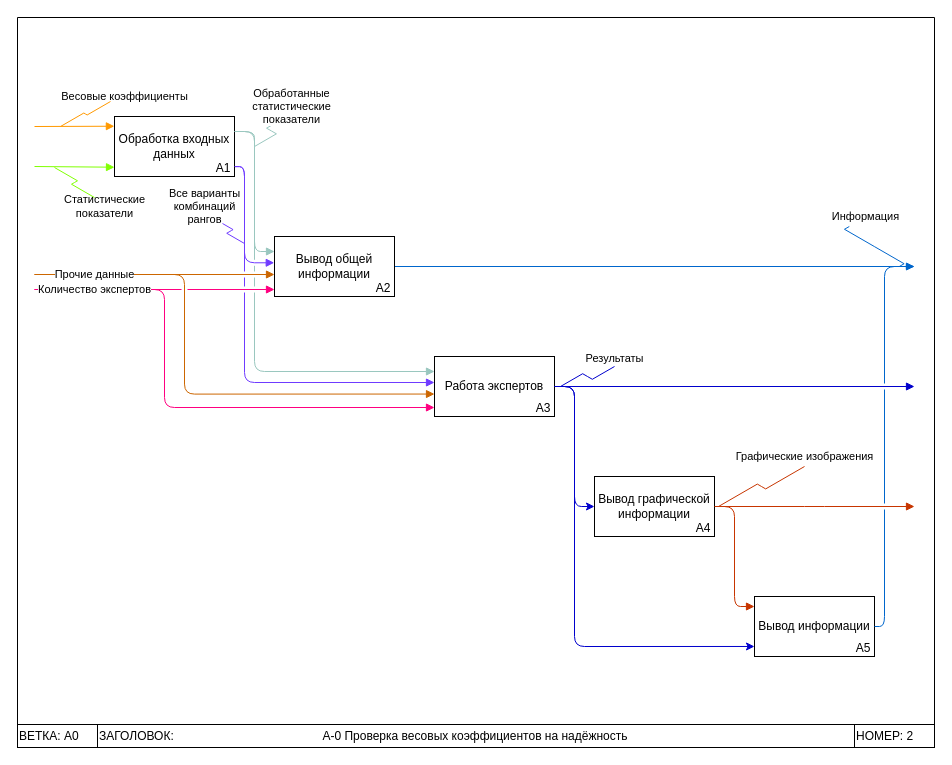
This is page "А0" (2 of 4) of draw_io/idef0 prog.drawio from Dimj1k/Works, a draw.io file, before an edit. Source tidied: cells renumbered, new cells numbered last; positions are measured from the earlier drawing's top-left corner, leaving out a move shared by most shapes. Both pictures are drawn from the tidied source at 100%, with x=0, y=0 at pixel (17, 17).
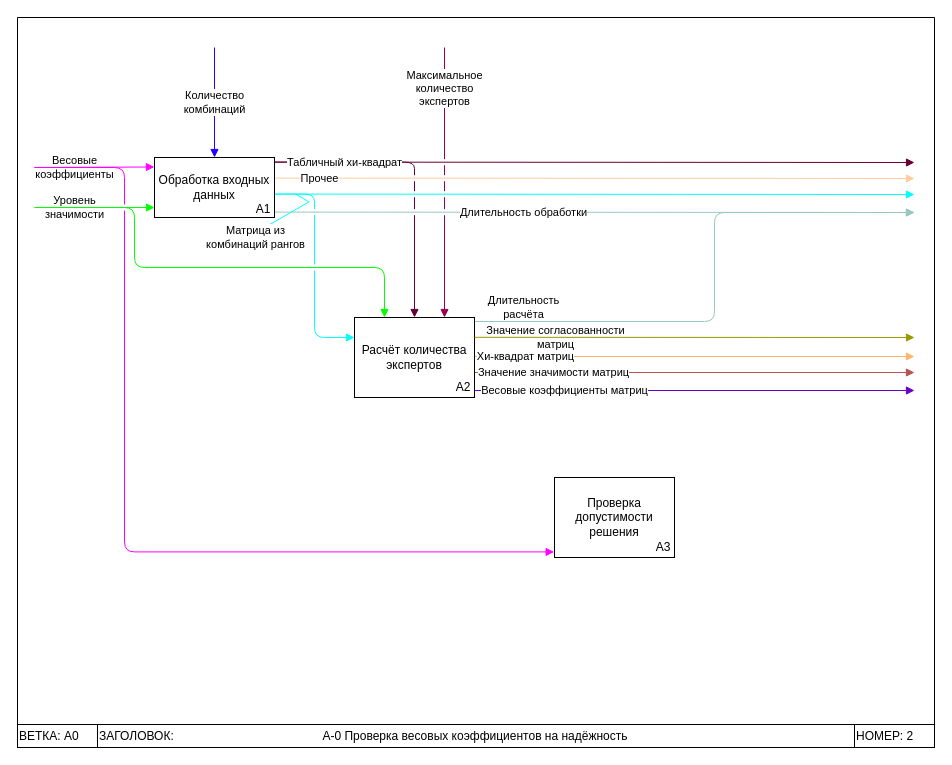
After the change.

The change refers to these unchanged cells:
```xml
<mxCell id="6" style="swimlane;direction=west;fillColor=none;swimlaneFillColor=none;shadow=0;swimlaneLine=1;" parent="1" vertex="1">
  <mxGeometry width="917" height="730" as="geometry" />
</mxCell>
```

Diff of the diagram source:
```diff
@@
-    <mxCell id="2" value="Обработанные&lt;br&gt;статистические &lt;br&gt;показатели" style="edgeStyle=isometricEdgeStyle;endArrow=none;html=1;rounded=0;strokeColor=#9ac7bf;" parent="1" edge="1">
-      <mxGeometry x="1" y="9" relative="1" as="geometry">
-        <mxPoint x="237" y="129" as="sourcePoint" />
-        <mxPoint x="271" y="98" as="targetPoint" />
-        <mxPoint x="7" y="-1" as="offset" />
-      </mxGeometry>
-    </mxCell>
-    <mxCell id="3" style="endArrow=block;html=1;rounded=0;endFill=1;strokeColor=#0000cc;" parent="1" edge="1">
-      <mxGeometry relative="1" as="geometry">
-        <mxPoint x="537" y="369" as="sourcePoint" />
-        <mxPoint x="897" y="369" as="targetPoint" />
-      </mxGeometry>
-    </mxCell>
-    <mxCell id="4" style="endArrow=block;html=1;rounded=1;endFill=1;entryX=0;entryY=0.626;entryDx=0;entryDy=0;edgeStyle=orthogonalEdgeStyle;strokeColor=#cc6600;entryPerimeter=0;" parent="1" edge="1" target="24">
-      <mxGeometry relative="1" as="geometry">
-        <mxPoint x="17" y="257" as="sourcePoint" />
-        <Array as="points">
-          <mxPoint x="167" y="257" />
-          <mxPoint x="167" y="376" />
-          <mxPoint x="417" y="376" />
-        </Array>
-      </mxGeometry>
-    </mxCell>
-    <mxCell id="5" value="Прочие данные" style="endArrow=block;html=1;rounded=0;labelBackgroundColor=default;strokeColor=#CC6600;fontFamily=Helvetica;fontSize=11;fontColor=default;shape=connector;endFill=1;entryX=0;entryY=0.5;entryDx=0;entryDy=0;" parent="1" edge="1">
-      <mxGeometry x="-0.5" relative="1" as="geometry">
-        <mxPoint x="17" y="257" as="sourcePoint" />
-        <mxPoint x="257" y="257" as="targetPoint" />
-      </mxGeometry>
-    </mxCell>
+    <mxCell id="46" style="endArrow=block;html=1;rounded=1;entryX=0.25;entryY=0;entryDx=0;entryDy=0;edgeStyle=orthogonalEdgeStyle;strokeColor=#00FF00;jumpStyle=gap;endFill=1;" parent="1" edge="1" target="63">
+      <mxGeometry relative="1" as="geometry">
+        <mxPoint x="17" y="190" as="sourcePoint" />
+        <Array as="points">
+          <mxPoint x="117" y="190" />
+          <mxPoint x="117" y="250" />
+          <mxPoint x="367" y="250" />
+        </Array>
+      </mxGeometry>
+    </mxCell>
+    <mxCell id="47" value="Весовые коэффициенты матриц" style="endArrow=block;html=1;rounded=0;endFill=1;exitX=1;exitY=0.08;exitDx=0;exitDy=0;exitPerimeter=0;strokeColor=#6600CC;labelBackgroundColor=default;fillColor=#f8cecc;" parent="1" edge="1">
+      <mxGeometry x="-0.59" relative="1" as="geometry">
+        <mxPoint x="457" y="373" as="sourcePoint" />
+        <mxPoint x="897" y="373" as="targetPoint" />
+      </mxGeometry>
+    </mxCell>
+    <mxCell id="48" value="Значение значимости матриц" style="endArrow=block;html=1;rounded=0;endFill=1;exitX=1;exitY=0.08;exitDx=0;exitDy=0;exitPerimeter=0;strokeColor=#b85450;labelBackgroundColor=default;fillColor=#f8cecc;" parent="1" edge="1">
+      <mxGeometry x="-0.64" relative="1" as="geometry">
+        <mxPoint x="457" y="355" as="sourcePoint" />
+        <mxPoint x="897" y="355" as="targetPoint" />
+      </mxGeometry>
+    </mxCell>
+    <mxCell id="49" style="endArrow=block;html=1;rounded=0;exitX=1.004;exitY=0.16;exitDx=0;exitDy=0;exitPerimeter=0;endFill=1;strokeColor=#00FFFF;" parent="1" edge="1">
+      <mxGeometry x="-1" y="-43" relative="1" as="geometry">
+        <mxPoint x="257.5" y="176.6" as="sourcePoint" />
+        <mxPoint x="897" y="177" as="targetPoint" />
+      </mxGeometry>
+    </mxCell>
+    <mxCell id="50" value="Длительность обработки" style="endArrow=block;html=1;rounded=0;exitX=1.004;exitY=0.16;exitDx=0;exitDy=0;exitPerimeter=0;endFill=1;strokeColor=#9AC7BF;jumpStyle=gap;" parent="1" edge="1">
+      <mxGeometry x="-0.22" relative="1" as="geometry">
+        <mxPoint x="257.5" y="194.6" as="sourcePoint" />
+        <mxPoint x="897" y="195" as="targetPoint" />
+      </mxGeometry>
+    </mxCell>
+    <mxCell id="51" value="Прочее" style="endArrow=block;html=1;rounded=0;exitX=1.004;exitY=0.16;exitDx=0;exitDy=0;exitPerimeter=0;endFill=1;strokeColor=#FFCE9F;" parent="1" edge="1">
+      <mxGeometry x="-0.86" relative="1" as="geometry">
+        <mxPoint x="257.5" y="160.6" as="sourcePoint" />
+        <mxPoint x="897" y="161" as="targetPoint" />
+      </mxGeometry>
+    </mxCell>
+    <mxCell id="21" value="Весовые&lt;br&gt;коэффициенты" style="endArrow=block;html=1;rounded=0;entryX=-0.001;entryY=0.158;entryDx=0;entryDy=0;entryPerimeter=0;endFill=1;labelBackgroundColor=none;strokeColor=#FF00FF;" parent="1" edge="1" target="14">
+      <mxGeometry x="-0.33" relative="1" as="geometry">
+        <mxPoint x="17" y="150" as="sourcePoint" />
+      </mxGeometry>
+    </mxCell>
@@
-    <mxCell id="7" style="endArrow=block;html=1;rounded=0;labelBackgroundColor=default;strokeColor=#FF0080;fontFamily=Helvetica;fontSize=11;fontColor=default;shape=connector;endFill=1;entryX=0;entryY=0.5;entryDx=0;entryDy=0;jumpStyle=gap;" parent="6" edge="1">
-      <mxGeometry x="-0.5" relative="1" as="geometry">
-        <mxPoint x="17" y="272" as="sourcePoint" />
-        <mxPoint x="257" y="272" as="targetPoint" />
-      </mxGeometry>
-    </mxCell>
-    <mxCell id="8" value="Все варианты&lt;br&gt;комбинаций&lt;br&gt;рангов" style="edgeStyle=orthogonalEdgeStyle;shape=connector;rounded=1;jettySize=auto;html=1;labelBackgroundColor=default;strokeColor=#6F3BFF;fontFamily=Helvetica;fontSize=11;fontColor=default;endArrow=block;endFill=1;exitX=0.997;exitY=0.389;exitDx=0;exitDy=0;jumpStyle=gap;exitPerimeter=0;" parent="6" edge="1" source="15">
-      <mxGeometry x="-0.76" y="-40" relative="1" as="geometry">
-        <mxPoint x="417" y="365" as="targetPoint" />
-        <Array as="points">
-          <mxPoint x="227" y="149" />
-          <mxPoint x="227" y="365" />
-        </Array>
-      </mxGeometry>
-    </mxCell>
+    <mxCell id="52" style="endArrow=block;html=1;rounded=1;entryX=-0.003;entryY=0.93;entryDx=0;entryDy=0;endFill=1;labelBackgroundColor=none;strokeColor=#FF00FF;edgeStyle=elbowEdgeStyle;jumpStyle=gap;entryPerimeter=0;" parent="6" edge="1" target="54">
+      <mxGeometry relative="1" as="geometry">
+        <mxPoint x="17" y="150" as="sourcePoint" />
+        <Array as="points">
+          <mxPoint x="107" y="330" />
+        </Array>
+      </mxGeometry>
+    </mxCell>
+    <mxCell id="53" style="group;" parent="6" vertex="1">
+      <mxGeometry x="537" y="460" width="120" height="80" as="geometry" />
+    </mxCell>
+    <mxCell id="54" value="Проверка допустимости решения" style="rounded=0;whiteSpace=wrap;html=1;" parent="53" vertex="1">
+      <mxGeometry width="120" height="80" as="geometry" />
+    </mxCell>
+    <mxCell id="25" value="А3" style="text;html=1;strokeColor=none;fillColor=none;align=center;verticalAlign=middle;whiteSpace=wrap;rounded=0;" parent="53" vertex="1">
+      <mxGeometry x="98" y="60" width="22" height="20" as="geometry" />
+    </mxCell>
+    <mxCell id="55" value="Уровень&lt;br&gt;значимости" style="endArrow=block;html=1;rounded=0;entryX=-0.001;entryY=0.158;entryDx=0;entryDy=0;entryPerimeter=0;endFill=1;labelBackgroundColor=none;strokeColor=#00FF00;" parent="6" edge="1">
+      <mxGeometry x="-0.33" relative="1" as="geometry">
+        <mxPoint x="17" y="190" as="sourcePoint" />
+        <mxPoint x="137" y="190" as="targetPoint" />
+      </mxGeometry>
+    </mxCell>
+    <mxCell id="56" style="group;" parent="6" vertex="1">
+      <mxGeometry x="137" y="140" width="120" height="60" as="geometry" />
+    </mxCell>
+    <mxCell id="14" value="Обработка входных данных" style="rounded=0;whiteSpace=wrap;html=1;" parent="56" vertex="1">
+      <mxGeometry width="120" height="60" as="geometry" />
+    </mxCell>
+    <mxCell id="15" value="А1" style="text;html=1;strokeColor=none;fillColor=none;align=center;verticalAlign=middle;whiteSpace=wrap;rounded=0;" parent="56" vertex="1">
+      <mxGeometry x="98" y="44" width="22" height="16" as="geometry" />
+    </mxCell>
@@
-    <mxCell id="13" style="group;" parent="6" vertex="1">
-      <mxGeometry x="97" y="99" width="120" height="60" as="geometry" />
-    </mxCell>
-    <mxCell id="14" value="Обработка входных данных" style="rounded=0;whiteSpace=wrap;html=1;" parent="13" vertex="1">
-      <mxGeometry width="120" height="60" as="geometry" />
-    </mxCell>
-    <mxCell id="15" value="А1" style="text;html=1;strokeColor=none;fillColor=none;align=center;verticalAlign=middle;whiteSpace=wrap;rounded=0;" parent="13" vertex="1">
-      <mxGeometry x="98" y="44" width="22" height="16" as="geometry" />
-    </mxCell>
-    <mxCell id="16" style="group;" parent="6" vertex="1">
-      <mxGeometry x="257" y="219" width="120" height="60" as="geometry" />
-    </mxCell>
-    <mxCell id="17" value="Информация" style="rounded=0;jettySize=auto;html=1;endArrow=block;endFill=1;strokeColor=#0066CC;exitX=1;exitY=0.5;exitDx=0;exitDy=0;" parent="16" edge="1" source="18">
-      <mxGeometry x="0.81" y="50" relative="1" as="geometry">
-        <mxPoint x="640" y="30" as="targetPoint" />
-      </mxGeometry>
-    </mxCell>
-    <mxCell id="18" value="Вывод общей информации" style="rounded=0;whiteSpace=wrap;html=1;" parent="16" vertex="1">
-      <mxGeometry width="120" height="60" as="geometry" />
-    </mxCell>
+    <mxCell id="57" value="Количество&lt;br&gt;комбинаций" style="endArrow=block;html=1;rounded=0;strokeColor=#2200FF;entryX=0.5;entryY=0;entryDx=0;entryDy=0;endFill=1;" parent="6" edge="1" target="14">
+      <mxGeometry relative="1" as="geometry">
+        <mxPoint x="197" y="30" as="sourcePoint" />
+      </mxGeometry>
+    </mxCell>
+    <mxCell id="58" style="endArrow=block;html=1;rounded=1;exitX=1.004;exitY=0.077;exitDx=0;exitDy=0;exitPerimeter=0;edgeStyle=orthogonalEdgeStyle;strokeColor=#660033;jumpStyle=gap;entryX=0.5;entryY=0;entryDx=0;entryDy=0;endFill=1;" parent="6" edge="1" source="14" target="63">
+      <mxGeometry relative="1" as="geometry">
+        <Array as="points">
+          <mxPoint x="397" y="145" />
+        </Array>
+      </mxGeometry>
+    </mxCell>
+    <mxCell id="59" style="endArrow=block;html=1;rounded=1;exitX=1.004;exitY=0.61;exitDx=0;exitDy=0;exitPerimeter=0;edgeStyle=orthogonalEdgeStyle;strokeColor=#00FFFF;entryX=0;entryY=0.25;entryDx=0;entryDy=0;endFill=1;jumpStyle=gap;" parent="6" edge="1" source="14" target="63">
+      <mxGeometry relative="1" as="geometry" />
+    </mxCell>
+    <mxCell id="60" value="Хи-квадрат матриц" style="endArrow=block;html=1;rounded=0;endFill=1;exitX=1;exitY=0.08;exitDx=0;exitDy=0;exitPerimeter=0;strokeColor=#FFB570;labelBackgroundColor=default;" parent="6" edge="1">
+      <mxGeometry x="-0.77" relative="1" as="geometry">
+        <mxPoint x="457" y="339" as="sourcePoint" />
+        <mxPoint x="897" y="339" as="targetPoint" />
+      </mxGeometry>
+    </mxCell>
+    <mxCell id="61" value="Длительность&lt;br&gt;расчёта" style="endArrow=block;html=1;rounded=1;endFill=1;exitX=1;exitY=0.08;exitDx=0;exitDy=0;exitPerimeter=0;strokeColor=#9ac7bf;labelBackgroundColor=none;edgeStyle=elbowEdgeStyle;" parent="6" edge="1">
+      <mxGeometry x="-0.82" y="14" relative="1" as="geometry">
+        <mxPoint x="457" y="304" as="sourcePoint" />
+        <mxPoint x="897" y="195" as="targetPoint" />
+        <Array as="points">
+          <mxPoint x="697" y="250" />
+        </Array>
+      </mxGeometry>
+    </mxCell>
+    <mxCell id="62" style="group;" parent="6" vertex="1">
+      <mxGeometry x="337" y="300" width="120" height="80" as="geometry" />
+    </mxCell>
+    <mxCell id="63" value="Расчёт количества экспертов" style="rounded=0;whiteSpace=wrap;html=1;" parent="62" vertex="1">
+      <mxGeometry width="120" height="80" as="geometry" />
+    </mxCell>
-    <mxCell id="19" value="А2" style="text;html=1;strokeColor=none;fillColor=none;align=center;verticalAlign=middle;whiteSpace=wrap;rounded=0;" parent="16" vertex="1">
-      <mxGeometry x="98" y="44" width="22" height="16" as="geometry" />
+    <mxCell id="19" value="А2" style="text;html=1;strokeColor=none;fillColor=none;align=center;verticalAlign=middle;whiteSpace=wrap;rounded=0;" parent="62" vertex="1">
+      <mxGeometry x="98" y="60" width="22" height="20" as="geometry" />
     </mxCell>
-    <mxCell id="20" value="Статистические&lt;br&gt;показатели" style="endArrow=block;html=1;rounded=0;entryX=0;entryY=0.25;entryDx=0;entryDy=0;endFill=1;verticalAlign=middle;align=center;horizontal=1;labelPosition=center;verticalLabelPosition=middle;strokeColor=#81FF03;" parent="6" edge="1">
-      <mxGeometry x="0.76" y="-39" relative="1" as="geometry">
-        <mxPoint x="17" y="149" as="sourcePoint" />
-        <mxPoint x="97" y="149.7" as="targetPoint" />
-      </mxGeometry>
-    </mxCell>
-    <mxCell id="21" value="Весовые коэффициенты" style="endArrow=block;html=1;rounded=0;entryX=-0.001;entryY=0.162;entryDx=0;entryDy=0;endFill=1;entryPerimeter=0;strokeColor=#FF9900;" parent="6" edge="1" target="14">
-      <mxGeometry x="1" y="31" relative="1" as="geometry">
-        <mxPoint x="17" y="109" as="sourcePoint" />
-        <mxPoint x="10" y="1" as="offset" />
-      </mxGeometry>
-    </mxCell>
-    <mxCell id="22" style="edgeStyle=isometricEdgeStyle;endArrow=none;html=1;rounded=0;labelBackgroundColor=default;strokeColor=#FF9900;fontFamily=Helvetica;fontSize=11;fontColor=default;shape=connector;" parent="6" edge="1">
-      <mxGeometry relative="1" as="geometry">
-        <mxPoint x="43" y="109" as="sourcePoint" />
-        <mxPoint x="93" y="84" as="targetPoint" />
-      </mxGeometry>
-    </mxCell>
-    <mxCell id="23" style="group;" parent="6" vertex="1">
-      <mxGeometry x="417" y="339" width="120" height="60" as="geometry" />
-    </mxCell>
-    <mxCell id="24" value="Работа экспертов" style="rounded=0;whiteSpace=wrap;html=1;" parent="23" vertex="1">
-      <mxGeometry width="120" height="60" as="geometry" />
-    </mxCell>
-    <mxCell id="25" value="А3" style="text;html=1;strokeColor=none;fillColor=none;align=center;verticalAlign=middle;whiteSpace=wrap;rounded=0;" parent="23" vertex="1">
-      <mxGeometry x="98" y="44" width="22" height="16" as="geometry" />
-    </mxCell>
-    <mxCell id="26" style="group;" parent="6" vertex="1">
-      <mxGeometry x="577" y="459" width="120" height="60" as="geometry" />
-    </mxCell>
-    <mxCell id="27" value="Графические изображения" style="edgeStyle=orthogonalEdgeStyle;rounded=1;jettySize=auto;html=1;endArrow=block;endFill=1;fillColor=#fa6800;strokeColor=#C73500;" parent="26" edge="1" source="28">
-      <mxGeometry x="-0.1" y="50" relative="1" as="geometry">
-        <mxPoint x="320" y="30" as="targetPoint" />
-      </mxGeometry>
-    </mxCell>
-    <mxCell id="28" value="Вывод графической&lt;br&gt;информации" style="rounded=0;whiteSpace=wrap;html=1;" parent="26" vertex="1">
-      <mxGeometry width="120" height="60" as="geometry" />
-    </mxCell>
-    <mxCell id="29" value="А4" style="text;html=1;strokeColor=none;fillColor=none;align=center;verticalAlign=middle;whiteSpace=wrap;rounded=0;" parent="26" vertex="1">
-      <mxGeometry x="98" y="44" width="22" height="16" as="geometry" />
-    </mxCell>
-    <mxCell id="30" value="Результаты" style="edgeStyle=orthogonalEdgeStyle;rounded=1;jettySize=auto;html=1;entryX=0;entryY=0.5;entryDx=0;entryDy=0;fillColor=#ffcccc;strokeColor=#0000CC;" parent="6" edge="1" source="24" target="28">
-      <mxGeometry x="-0.72" y="50" relative="1" as="geometry">
-        <mxPoint x="-10" y="-30" as="offset" />
-      </mxGeometry>
-    </mxCell>
-    <mxCell id="31" style="edgeStyle=isometricEdgeStyle;endArrow=none;html=1;rounded=0;labelBackgroundColor=default;strokeColor=#0066cc;fontFamily=Helvetica;fontSize=11;fontColor=default;shape=connector;" parent="6" edge="1">
-      <mxGeometry relative="1" as="geometry">
-        <mxPoint x="831.8" y="209" as="sourcePoint" />
-        <mxPoint x="881.8" y="249" as="targetPoint" />
-      </mxGeometry>
-    </mxCell>
-    <mxCell id="32" style="edgeStyle=isometricEdgeStyle;endArrow=none;html=1;rounded=0;labelBackgroundColor=default;strokeColor=#C73500;fontFamily=Helvetica;fontSize=11;fontColor=default;shape=connector;fillColor=#fa6800;" parent="6" edge="1">
-      <mxGeometry relative="1" as="geometry">
-        <mxPoint x="787" y="449" as="sourcePoint" />
-        <mxPoint x="701" y="489" as="targetPoint" />
-      </mxGeometry>
-    </mxCell>
-    <mxCell id="33" style="group;" parent="6" vertex="1">
-      <mxGeometry x="737" y="579" width="120" height="60" as="geometry" />
-    </mxCell>
-    <mxCell id="34" value="Вывод информации" style="rounded=0;whiteSpace=wrap;html=1;" parent="33" vertex="1">
-      <mxGeometry width="120" height="60" as="geometry" />
-    </mxCell>
-    <mxCell id="35" value="А5" style="text;html=1;strokeColor=none;fillColor=none;align=center;verticalAlign=middle;whiteSpace=wrap;rounded=0;" parent="33" vertex="1">
-      <mxGeometry x="98" y="44" width="22" height="16" as="geometry" />
-    </mxCell>
-    <mxCell id="36" style="edgeStyle=orthogonalEdgeStyle;rounded=1;jettySize=auto;html=1;endArrow=blockThin;endFill=1;strokeColor=#0066cc;jumpStyle=gap;" parent="33" edge="1" source="34">
-      <mxGeometry relative="1" as="geometry">
-        <mxPoint x="160" y="-330" as="targetPoint" />
-        <Array as="points">
-          <mxPoint x="130" y="30" />
-          <mxPoint x="130" y="-330" />
-        </Array>
-      </mxGeometry>
-    </mxCell>
-    <mxCell id="37" style="edgeStyle=orthogonalEdgeStyle;rounded=1;jettySize=auto;html=1;endArrow=block;endFill=1;fillColor=#fa6800;strokeColor=#C73500;exitX=1;exitY=0.5;exitDx=0;exitDy=0;" parent="6" edge="1" source="28">
-      <mxGeometry x="-0.25" y="80" relative="1" as="geometry">
-        <mxPoint x="737" y="589" as="targetPoint" />
-        <Array as="points">
-          <mxPoint x="717" y="489" />
-          <mxPoint x="717" y="589" />
-          <mxPoint x="737" y="589" />
-        </Array>
-      </mxGeometry>
-    </mxCell>
-    <mxCell id="38" style="edgeStyle=orthogonalEdgeStyle;rounded=1;jettySize=auto;html=1;entryX=0;entryY=0.833;entryDx=0;entryDy=0;fillColor=#ffcccc;strokeColor=#0000CC;exitX=1;exitY=0.5;exitDx=0;exitDy=0;entryPerimeter=0;" parent="6" edge="1" source="24" target="34">
-      <mxGeometry x="-0.77" y="50" relative="1" as="geometry">
-        <Array as="points">
-          <mxPoint x="557" y="369" />
-          <mxPoint x="557" y="629" />
-        </Array>
-      </mxGeometry>
-    </mxCell>
-    <mxCell id="39" style="edgeStyle=orthogonalEdgeStyle;shape=connector;rounded=1;jettySize=auto;html=1;labelBackgroundColor=default;strokeColor=#6F3BFF;fontFamily=Helvetica;fontSize=11;fontColor=default;endArrow=block;endFill=1;exitX=0.997;exitY=0.389;exitDx=0;exitDy=0;jumpStyle=gap;entryX=-0.002;entryY=0.438;entryDx=0;entryDy=0;exitPerimeter=0;entryPerimeter=0;" parent="6" edge="1" target="18">
-      <mxGeometry x="-0.76" y="-40" relative="1" as="geometry">
-        <mxPoint x="217" y="149" as="sourcePoint" />
-        <Array as="points">
-          <mxPoint x="227" y="149" />
-          <mxPoint x="227" y="245" />
-          <mxPoint x="257" y="245" />
-        </Array>
-      </mxGeometry>
-    </mxCell>
-    <mxCell id="40" style="edgeStyle=orthogonalEdgeStyle;rounded=1;jettySize=auto;html=1;exitX=1;exitY=0.25;exitDx=0;exitDy=0;entryX=0;entryY=0.25;entryDx=0;entryDy=0;strokeColor=#9AC7BF;endArrow=block;endFill=1;jumpStyle=gap;" parent="6" edge="1" source="14" target="24">
-      <mxGeometry relative="1" as="geometry">
-        <Array as="points">
-          <mxPoint x="237" y="114" />
-          <mxPoint x="237" y="354" />
-        </Array>
-      </mxGeometry>
-    </mxCell>
-    <mxCell id="41" style="edgeStyle=isometricEdgeStyle;endArrow=none;html=1;rounded=0;strokeColor=#6f3bff;elbow=vertical;" parent="6" edge="1">
-      <mxGeometry x="1" y="4" relative="1" as="geometry">
-        <mxPoint x="205" y="206" as="sourcePoint" />
-        <mxPoint x="227" y="226" as="targetPoint" />
-        <Array as="points">
-          <mxPoint x="214" y="213" />
-        </Array>
-        <mxPoint x="3" y="-1" as="offset" />
-      </mxGeometry>
-    </mxCell>
-    <mxCell id="42" style="edgeStyle=orthogonalEdgeStyle;rounded=1;jettySize=auto;html=1;exitX=1;exitY=0.25;exitDx=0;exitDy=0;entryX=0;entryY=0.25;entryDx=0;entryDy=0;strokeColor=#9AC7BF;endArrow=block;endFill=1;" parent="6" edge="1" source="14" target="18">
-      <mxGeometry relative="1" as="geometry" />
-    </mxCell>
-    <mxCell id="43" style="edgeStyle=isometricEdgeStyle;endArrow=none;html=1;elbow=vertical;rounded=0;labelBackgroundColor=default;strokeColor=#81FF03;fontFamily=Helvetica;fontSize=11;fontColor=default;shape=connector;" parent="1" edge="1">
-      <mxGeometry relative="1" as="geometry">
-        <mxPoint x="37" y="150" as="sourcePoint" />
-        <mxPoint x="77" y="180" as="targetPoint" />
-      </mxGeometry>
-    </mxCell>
-    <mxCell id="44" value="Количество экспертов" style="endArrow=block;html=1;rounded=1;labelBackgroundColor=default;strokeColor=#FF0080;fontFamily=Helvetica;fontSize=11;fontColor=default;shape=connector;endFill=1;jumpStyle=gap;edgeStyle=orthogonalEdgeStyle;" parent="1" edge="1">
-      <mxGeometry x="-0.77" relative="1" as="geometry">
-        <mxPoint x="17" y="272" as="sourcePoint" />
-        <mxPoint x="417" y="390" as="targetPoint" />
-        <Array as="points">
-          <mxPoint x="147" y="272" />
-          <mxPoint x="147" y="390" />
-        </Array>
-      </mxGeometry>
-    </mxCell>
-    <mxCell id="45" style="edgeStyle=isometricEdgeStyle;endArrow=none;html=1;rounded=0;strokeColor=#0000cc;" parent="1" edge="1">
-      <mxGeometry relative="1" as="geometry">
-        <mxPoint x="543" y="369" as="sourcePoint" />
-        <mxPoint x="597" y="349" as="targetPoint" />
-      </mxGeometry>
-    </mxCell>
+    <mxCell id="64" value="Табличный хи-квадрат" style="endArrow=block;html=1;rounded=0;exitX=1.004;exitY=0.16;exitDx=0;exitDy=0;exitPerimeter=0;endFill=1;strokeColor=#660033;" parent="1" edge="1">
+      <mxGeometry x="-0.78" relative="1" as="geometry">
+        <mxPoint x="257.5" y="144.6" as="sourcePoint" />
+        <mxPoint x="897" y="145" as="targetPoint" />
+      </mxGeometry>
+    </mxCell>
+    <mxCell id="65" value="Матрица из&lt;br&gt;комбинаций рангов" style="edgeStyle=isometricEdgeStyle;endArrow=none;html=1;elbow=vertical;rounded=0;strokeColor=#00FFFF;" parent="1" edge="1">
+      <mxGeometry x="-0.64" y="-10" relative="1" as="geometry">
+        <mxPoint x="257" y="220" as="sourcePoint" />
+        <mxPoint x="278" y="176.5" as="targetPoint" />
+        <mxPoint x="-11" y="-1" as="offset" />
+      </mxGeometry>
+    </mxCell>
+    <mxCell id="66" value="Максимальное&lt;br&gt;количество&lt;br&gt;экспертов" style="endArrow=block;html=1;rounded=0;entryX=0.75;entryY=0;entryDx=0;entryDy=0;strokeColor=#99004D;jumpStyle=gap;endFill=1;" parent="1" edge="1" target="63">
+      <mxGeometry x="-0.7" relative="1" as="geometry">
+        <mxPoint x="427" y="30" as="sourcePoint" />
+      </mxGeometry>
+    </mxCell>
+    <mxCell id="67" value="Значение согласованности&lt;br style=&quot;border-color: var(--border-color);&quot;&gt;&lt;span style=&quot;&quot;&gt;матриц&lt;/span&gt;" style="endArrow=block;html=1;rounded=0;endFill=1;exitX=1;exitY=0.08;exitDx=0;exitDy=0;exitPerimeter=0;strokeColor=#999900;labelBackgroundColor=none;" parent="1" edge="1">
+      <mxGeometry x="-0.63" relative="1" as="geometry">
+        <mxPoint x="457" y="319.8" as="sourcePoint" />
+        <mxPoint x="897" y="320" as="targetPoint" />
+      </mxGeometry>
+    </mxCell>
```
